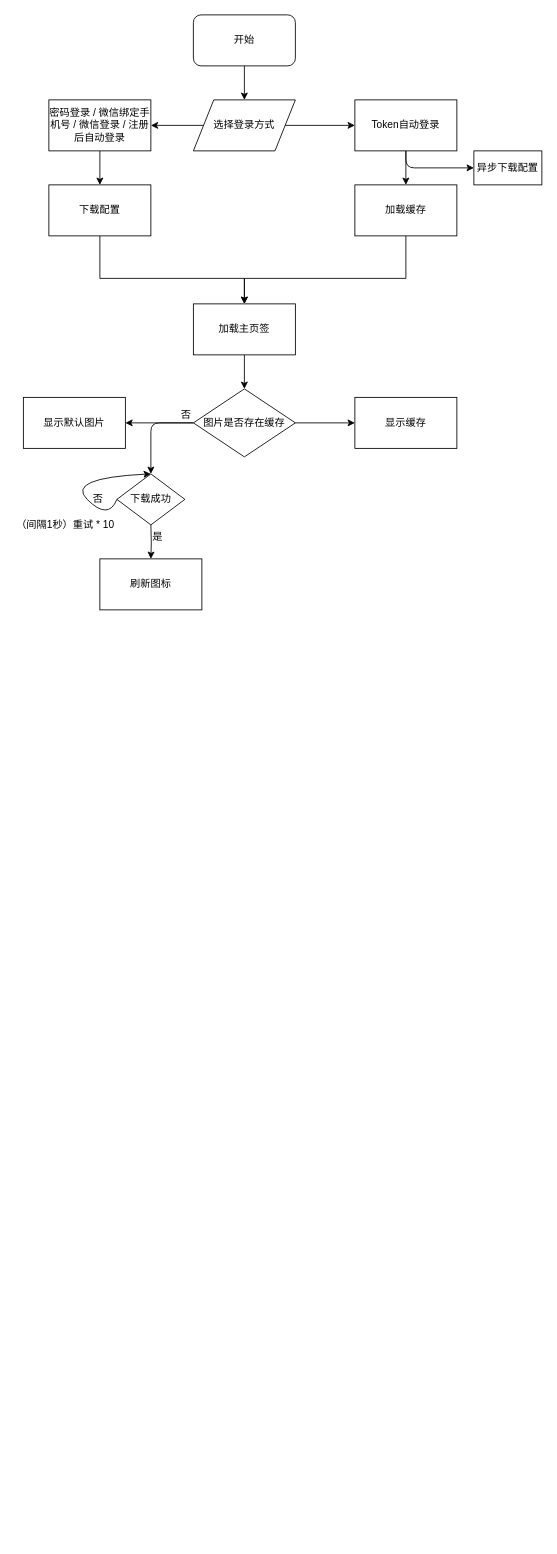
Before: cache.drawio in 666luyong/Diagram, a draw.io diagram. Source tidied: cells renumbered, new cells numbered last; positions are measured from the earlier drawing's top-left corner, leaving out a move shared by most shapes. Both pictures are drawn from the tidied source at 85%, with x=0, y=0 at pixel (14, 14).
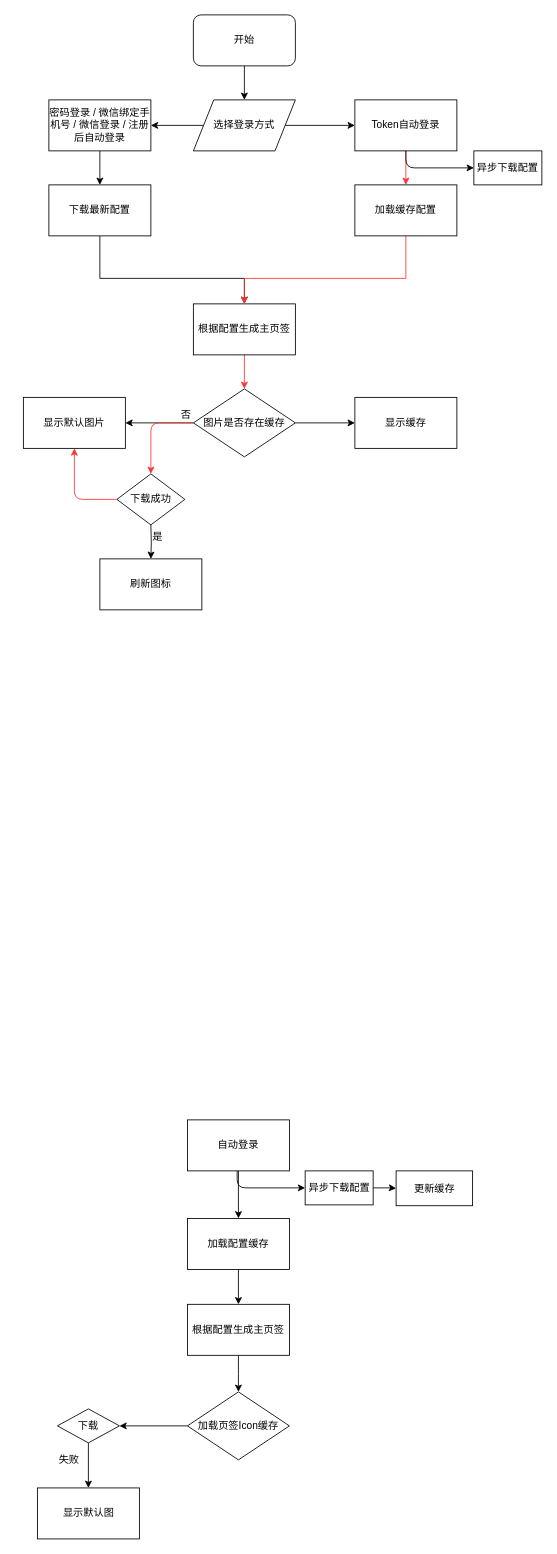
Above is the later version.

Unchanged cells that the change refers to:
```xml
<mxCell id="8" value="Token自动登录" style="rounded=0;whiteSpace=wrap;html=1;" parent="1" vertex="1">
  <mxGeometry x="400" y="100" width="120" height="60" as="geometry" />
</mxCell>
<mxCell id="22" value="图片是否存在缓存" style="rhombus;whiteSpace=wrap;html=1;" parent="1" vertex="1">
  <mxGeometry x="210" y="440" width="120" height="80" as="geometry" />
</mxCell>
<mxCell id="23" value="显示默认图片" style="rounded=0;whiteSpace=wrap;html=1;" parent="1" vertex="1">
  <mxGeometry x="10" y="450" width="120" height="60" as="geometry" />
</mxCell>
<mxCell id="27" value="下载成功" style="rhombus;whiteSpace=wrap;html=1;" parent="1" vertex="1">
  <mxGeometry x="120" y="540" width="80" height="60" as="geometry" />
</mxCell>
```

Diff of the diagram source:
```diff
@@
-    <mxCell id="7" style="edgeStyle=orthogonalEdgeStyle;rounded=0;jettySize=auto;html=1;" parent="1" edge="1" source="8" target="13">
+    <mxCell id="7" style="edgeStyle=orthogonalEdgeStyle;rounded=0;jettySize=auto;html=1;strokeColor=#FF3333;" parent="1" edge="1" source="8" target="13">
       <mxGeometry relative="1" as="geometry" />
     </mxCell>
@@
-    <mxCell id="11" value="下载配置" style="rounded=0;whiteSpace=wrap;html=1;" parent="1" vertex="1">
+    <mxCell id="11" value="下载最新配置" style="rounded=0;whiteSpace=wrap;html=1;" parent="1" vertex="1">
       <mxGeometry x="40" y="200" width="120" height="60" as="geometry" />
     </mxCell>
-    <mxCell id="12" style="edgeStyle=orthogonalEdgeStyle;rounded=0;jettySize=auto;html=1;exitX=0.5;exitY=1;exitDx=0;exitDy=0;entryX=0.5;entryY=0;entryDx=0;entryDy=0;" parent="1" edge="1" source="13" target="16">
+    <mxCell id="12" style="edgeStyle=orthogonalEdgeStyle;rounded=0;jettySize=auto;html=1;exitX=0.5;exitY=1;exitDx=0;exitDy=0;entryX=0.5;entryY=0;entryDx=0;entryDy=0;fillColor=#f8cecc;strokeColor=#FF3333;" parent="1" edge="1" source="13" target="16">
       <mxGeometry relative="1" as="geometry">
         <Array as="points">
           <mxPoint x="460" y="310" />
           <mxPoint x="270" y="310" />
         </Array>
       </mxGeometry>
     </mxCell>
-    <mxCell id="13" value="加载缓存" style="rounded=0;whiteSpace=wrap;html=1;" parent="1" vertex="1">
+    <mxCell id="13" value="加载缓存配置" style="rounded=0;whiteSpace=wrap;html=1;" parent="1" vertex="1">
       <mxGeometry x="400" y="200" width="120" height="60" as="geometry" />
     </mxCell>
@@
-    <mxCell id="15" style="edgeStyle=orthogonalEdgeStyle;rounded=0;jettySize=auto;html=1;entryX=0.5;entryY=0;entryDx=0;entryDy=0;" parent="1" edge="1" source="16" target="22">
+    <mxCell id="15" style="edgeStyle=orthogonalEdgeStyle;rounded=0;jettySize=auto;html=1;entryX=0.5;entryY=0;entryDx=0;entryDy=0;fillColor=#f8cecc;strokeColor=#FF3333;" parent="1" edge="1" source="16" target="22">
       <mxGeometry relative="1" as="geometry" />
     </mxCell>
-    <mxCell id="16" value="加载主页签" style="rounded=0;whiteSpace=wrap;html=1;" parent="1" vertex="1">
+    <mxCell id="16" value="根据配置生成主页签" style="rounded=0;whiteSpace=wrap;html=1;" parent="1" vertex="1">
       <mxGeometry x="210" y="340" width="120" height="60" as="geometry" />
     </mxCell>
@@
-    <mxCell id="24" style="edgeStyle=segmentEdgeStyle;endArrow=classic;html=1;" parent="1" edge="1">
+    <mxCell id="24" style="edgeStyle=segmentEdgeStyle;endArrow=classic;html=1;strokeColor=#FF3333;" parent="1" edge="1">
       <mxGeometry relative="1" as="geometry">
         <mxPoint x="210" y="480" as="sourcePoint" />
         <mxPoint x="160" y="540" as="targetPoint" />
       </mxGeometry>
     </mxCell>
@@
-    <mxCell id="29" style="curved=1;endArrow=classic;html=1;exitX=0;exitY=0.5;exitDx=0;exitDy=0;entryX=0.5;entryY=0;entryDx=0;entryDy=0;" parent="1" edge="1" source="27" target="27">
-      <mxGeometry relative="1" as="geometry">
-        <Array as="points">
-          <mxPoint x="110" y="595" />
-          <mxPoint x="60" y="545" />
-        </Array>
-      </mxGeometry>
-    </mxCell>
-    <mxCell id="30" value="（间隔1秒）重试 * 10" style="text;html=1;align=left;verticalAlign=top;spacingTop=-4;" parent="1" vertex="1">
-      <mxGeometry y="590" width="130" height="20" as="geometry" />
-    </mxCell>
-    <mxCell id="31" value="否" style="text;html=1;align=left;verticalAlign=top;spacingTop=-4;" parent="1" vertex="1">
-      <mxGeometry x="90" y="560" width="30" height="20" as="geometry" />
-    </mxCell>
@@
+    <mxCell id="33" style="edgeStyle=segmentEdgeStyle;endArrow=classic;html=1;strokeColor=#FF3333;exitX=0;exitY=0.5;exitDx=0;exitDy=0;entryX=0.5;entryY=1;entryDx=0;entryDy=0;" parent="1" edge="1" source="27" target="23">
+      <mxGeometry relative="1" as="geometry">
+        <Array as="points">
+          <mxPoint x="70" y="570" />
+        </Array>
+      </mxGeometry>
+    </mxCell>
+    <mxCell id="34" style="edgeStyle=orthogonalEdgeStyle;rounded=0;jettySize=auto;html=1;entryX=0.5;entryY=0;entryDx=0;entryDy=0;strokeColor=#000000;" parent="1" edge="1" source="35" target="37">
+      <mxGeometry relative="1" as="geometry" />
+    </mxCell>
+    <mxCell id="35" value="自动登录" style="rounded=0;whiteSpace=wrap;html=1;" parent="1" vertex="1">
+      <mxGeometry x="203" y="1300" width="120" height="60" as="geometry" />
+    </mxCell>
+    <mxCell id="36" style="edgeStyle=orthogonalEdgeStyle;rounded=0;jettySize=auto;html=1;" parent="1" edge="1" source="37" target="42">
+      <mxGeometry relative="1" as="geometry" />
+    </mxCell>
+    <mxCell id="37" value="加载配置缓存" style="rounded=0;whiteSpace=wrap;html=1;" parent="1" vertex="1">
+      <mxGeometry x="203" y="1416" width="120" height="60" as="geometry" />
+    </mxCell>
+    <mxCell id="38" style="edgeStyle=segmentEdgeStyle;endArrow=classic;html=1;" parent="1" edge="1">
+      <mxGeometry relative="1" as="geometry">
+        <mxPoint x="261.5" y="1360" as="sourcePoint" />
+        <mxPoint x="341.5" y="1380" as="targetPoint" />
+        <Array as="points">
+          <mxPoint x="261.5" y="1380" />
+        </Array>
+      </mxGeometry>
+    </mxCell>
+    <mxCell id="39" style="edgeStyle=orthogonalEdgeStyle;rounded=0;jettySize=auto;html=1;strokeColor=#000000;" parent="1" edge="1" source="40" target="43">
+      <mxGeometry relative="1" as="geometry" />
+    </mxCell>
+    <mxCell id="40" value="异步下载配置" style="rounded=0;whiteSpace=wrap;html=1;" parent="1" vertex="1">
+      <mxGeometry x="341.5" y="1360" width="80" height="40" as="geometry" />
+    </mxCell>
+    <mxCell id="41" style="edgeStyle=orthogonalEdgeStyle;rounded=0;jettySize=auto;html=1;strokeColor=#000000;" parent="1" edge="1" source="42">
+      <mxGeometry relative="1" as="geometry">
+        <mxPoint x="263" y="1620" as="targetPoint" />
+      </mxGeometry>
+    </mxCell>
+    <mxCell id="42" value="根据配置生成主页签" style="rounded=0;whiteSpace=wrap;html=1;" parent="1" vertex="1">
+      <mxGeometry x="203" y="1517" width="120" height="60" as="geometry" />
+    </mxCell>
+    <mxCell id="43" value="更新缓存" style="rounded=0;whiteSpace=wrap;html=1;" parent="1" vertex="1">
+      <mxGeometry x="448.5" y="1360" width="90" height="41" as="geometry" />
+    </mxCell>
+    <mxCell id="44" style="edgeStyle=orthogonalEdgeStyle;rounded=0;jettySize=auto;html=1;strokeColor=#000000;" parent="1" edge="1" source="45" target="47">
+      <mxGeometry relative="1" as="geometry" />
+    </mxCell>
+    <mxCell id="45" value="&lt;span style=&quot;white-space: normal&quot;&gt;加载页签Icon缓存&lt;/span&gt;" style="rhombus;whiteSpace=wrap;html=1;" parent="1" vertex="1">
+      <mxGeometry x="203" y="1620" width="120" height="80" as="geometry" />
+    </mxCell>
+    <mxCell id="46" style="edgeStyle=orthogonalEdgeStyle;rounded=0;jettySize=auto;html=1;strokeColor=#000000;" parent="1" edge="1" source="47" target="48">
+      <mxGeometry relative="1" as="geometry" />
+    </mxCell>
+    <mxCell id="47" value="下载" style="rhombus;whiteSpace=wrap;html=1;" parent="1" vertex="1">
+      <mxGeometry x="50" y="1640" width="73" height="40" as="geometry" />
+    </mxCell>
+    <mxCell id="48" value="显示默认图" style="rounded=0;whiteSpace=wrap;html=1;" parent="1" vertex="1">
+      <mxGeometry x="26.5" y="1733" width="120" height="60" as="geometry" />
+    </mxCell>
+    <mxCell id="49" value="失败" style="text;html=1;align=left;verticalAlign=top;spacingTop=-4;" parent="1" vertex="1">
+      <mxGeometry x="50" y="1690" width="40" height="20" as="geometry" />
+    </mxCell>
```
